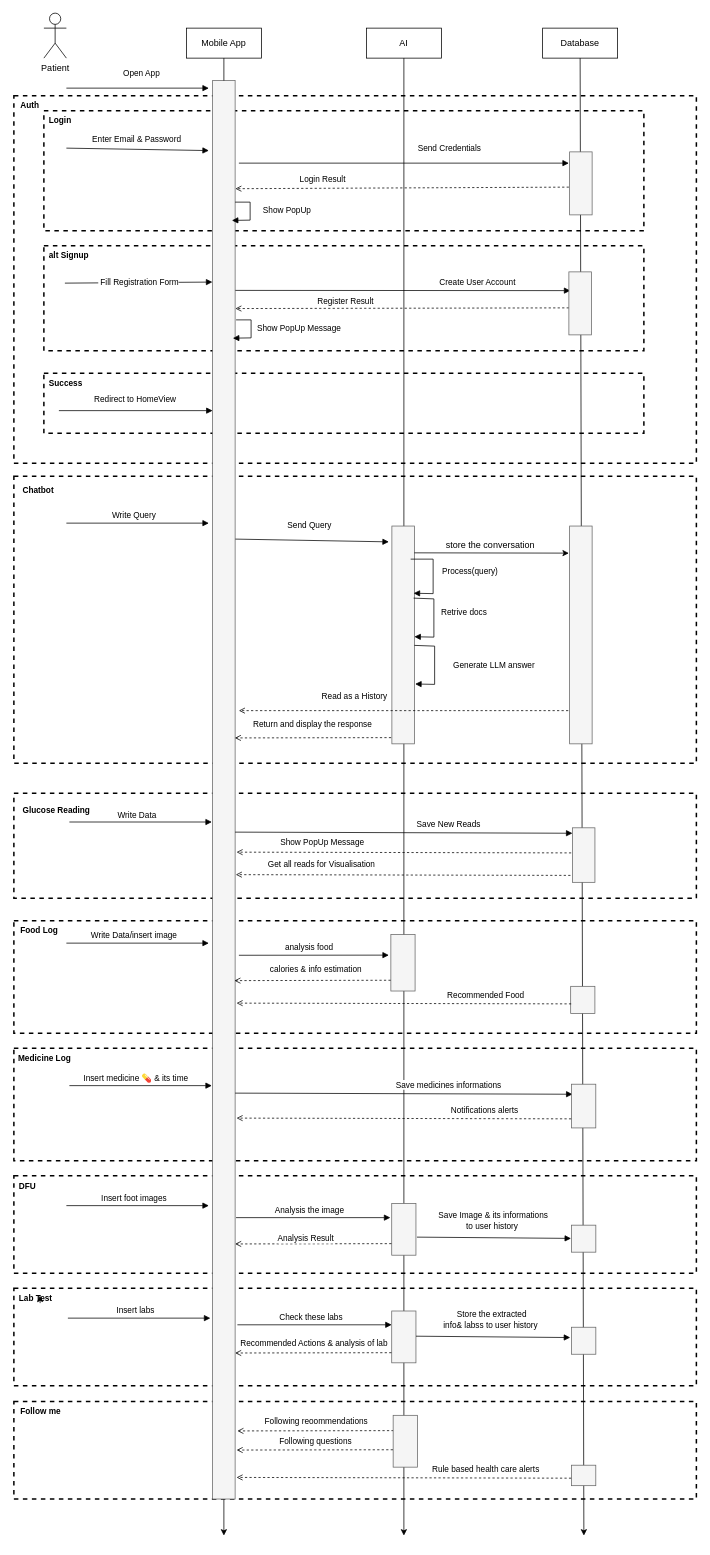
This is lib/diagrams/drawio/sequence_diagram.drawio from AbdelmenamAdel/Diamate, a draw.io file, before an edit. Source tidied: cells renumbered, new cells numbered last; positions are measured from the earlier drawing's top-left corner, leaving out a move shared by most shapes. Both pictures are drawn from the tidied source at 75%, with x=0, y=0 at pixel (-486, 13).
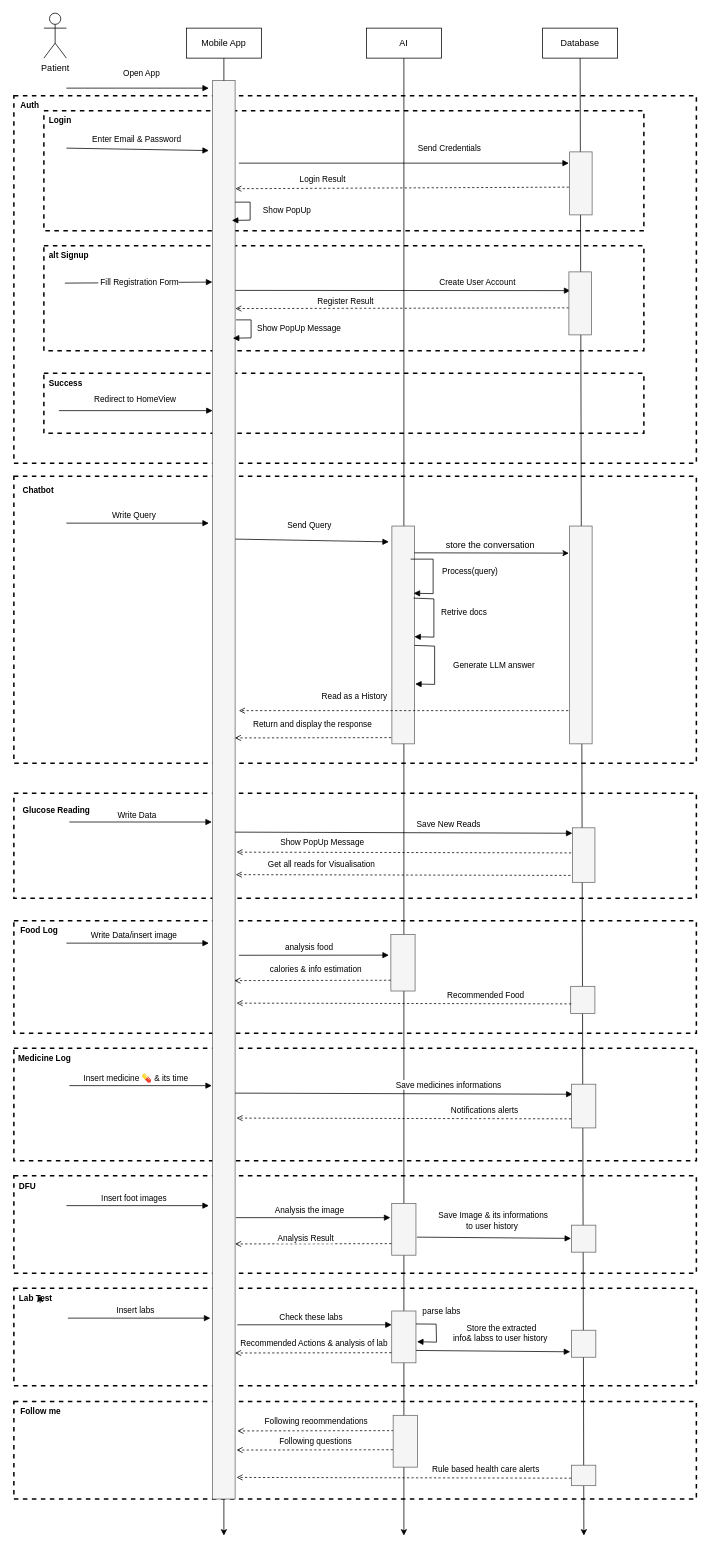
The same diagram, later.

The change refers to these unchanged cells:
```xml
<mxCell id="77" style="rounded=0;whiteSpace=wrap;html=1;rotation=-270;fillColor=#f5f5f5;strokeColor=#666666;fontColor=#333333;" parent="1" vertex="1">
  <mxGeometry x="1151.4" y="1748.9" width="69.1" height="32.3" as="geometry" />
</mxCell>
```

Change to the diagram source:
```diff
@@
     <mxCell id="79" value="Store the extracted&lt;br&gt;info&amp;amp; labss to user history&amp;nbsp;" style="endArrow=block;html=1;entryX=0.25;entryY=1;entryDx=0;entryDy=0;rounded=0;exitX=0.651;exitY=-0.1;exitDx=0;exitDy=0;exitPerimeter=0;" parent="1" edge="1">
-      <mxGeometry x="-0.02" y="23" relative="1" as="geometry">
-        <mxPoint x="1202.2" y="1764.1" as="sourcePoint" />
-        <mxPoint x="1407.8" y="1765.9" as="targetPoint" />
+      <mxGeometry x="0.11" y="24" relative="1" as="geometry">
+        <mxPoint x="1202.2" y="1783.1" as="sourcePoint" />
+        <mxPoint x="1407.8" y="1784.9" as="targetPoint" />
       </mxGeometry>
     </mxCell>
     <mxCell id="80" style="rounded=0;whiteSpace=wrap;html=1;rotation=-270;fillColor=#f5f5f5;strokeColor=#666666;fontColor=#333333;" parent="1" vertex="1">
-      <mxGeometry x="1407.8" y="1754" width="36" height="32.3" as="geometry" />
+      <mxGeometry x="1407.8" y="1758" width="36" height="32.3" as="geometry" />
     </mxCell>
@@
+    <mxCell id="89" value="parse labs" style="endArrow=block;html=1;entryX=0.5;entryY=0;entryDx=0;entryDy=0;rounded=0;exitX=0.25;exitY=0;exitDx=0;exitDy=0;" parent="1" edge="1" source="77">
+      <mxGeometry x="-0.3" y="19" relative="1" as="geometry">
+        <mxPoint x="1203.5" y="1771.5" as="targetPoint" />
+        <Array as="points">
+          <mxPoint x="1229" y="1748" />
+          <mxPoint x="1229.5" y="1772" />
+        </Array>
+        <mxPoint x="-12" y="-17" as="offset" />
+      </mxGeometry>
+    </mxCell>
```
